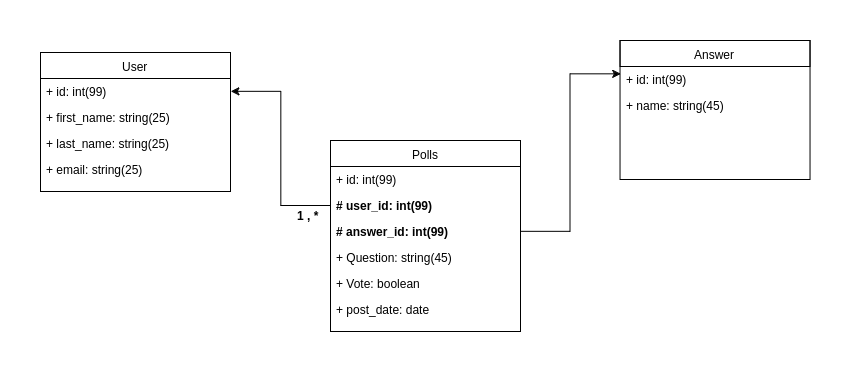
Earlier version of the draw.io export polling_schema.png (fire-fox-2017/schema-polling). Source tidied: cells renumbered, new cells last; positions are measured from the earlier drawing's top-left corner, leaving out a move shared by most shapes.
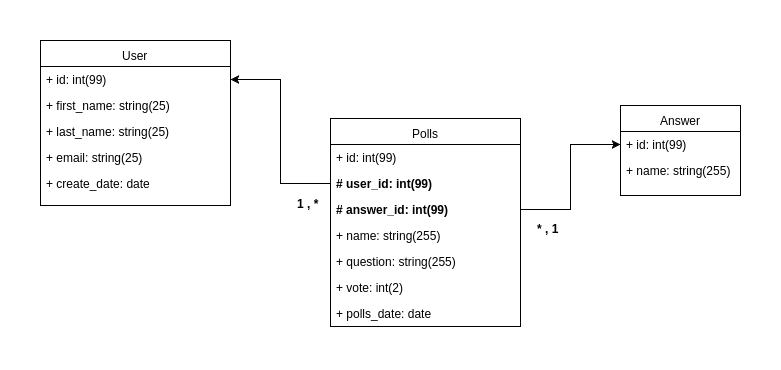
The same diagram one commit later.

Change to the diagram source:
```diff
@@ -3,7 +3,7 @@
     <mxCell id="0" />
     <mxCell id="1" parent="0" />
     <mxCell id="2" value="User" style="swimlane;html=1;fontStyle=0;horizontal=1;startSize=26;fillColor=none;swimlaneFillColor=#ffffff;fontSize=12;" parent="1" vertex="1">
-      <mxGeometry y="12" width="190" height="139" as="geometry" />
+      <mxGeometry y="12" width="190" height="165" as="geometry" />
     </mxCell>
     <mxCell id="3" value="+ id: int(99)" style="text;html=1;strokeColor=none;fillColor=none;align=left;verticalAlign=top;spacingLeft=4;spacingRight=4;whiteSpace=wrap;overflow=hidden;points=[[0,0.5],[1,0.5]];portConstraint=eastwest;" parent="2" vertex="1">
       <mxGeometry y="26" width="190" height="26" as="geometry" />
@@ -17,8 +17,11 @@
     <mxCell id="6" value="+ email: string(25)" style="text;html=1;strokeColor=none;fillColor=none;align=left;verticalAlign=top;spacingLeft=4;spacingRight=4;whiteSpace=wrap;overflow=hidden;" parent="2" vertex="1">
       <mxGeometry y="104" width="190" height="26" as="geometry" />
     </mxCell>
+    <mxCell id="12" value="+ create_date: date" style="text;html=1;strokeColor=none;fillColor=none;align=left;verticalAlign=top;spacingLeft=4;spacingRight=4;whiteSpace=wrap;overflow=hidden;" parent="2" vertex="1">
+      <mxGeometry y="130" width="190" height="26" as="geometry" />
+    </mxCell>
     <mxCell id="7" value="Polls" style="swimlane;html=1;fontStyle=0;horizontal=1;startSize=26;fillColor=none;swimlaneFillColor=#ffffff;fontSize=12;" parent="1" vertex="1">
-      <mxGeometry x="290" y="100" width="190" height="191" as="geometry" />
+      <mxGeometry x="290" y="90" width="190" height="208" as="geometry" />
     </mxCell>
     <mxCell id="8" value="+ id: int(99)" style="text;html=1;strokeColor=none;fillColor=none;align=left;verticalAlign=top;spacingLeft=4;spacingRight=4;whiteSpace=wrap;overflow=hidden;" parent="7" vertex="1">
       <mxGeometry y="26" width="190" height="26" as="geometry" />
@@ -29,14 +32,17 @@
     <mxCell id="10" value="# answer_id: int(99)" style="text;html=1;strokeColor=none;fillColor=none;align=left;verticalAlign=top;spacingLeft=4;spacingRight=4;whiteSpace=wrap;overflow=hidden;points=[[0,0.5],[1,0.5]];portConstraint=eastwest;fontStyle=1;" parent="7" vertex="1">
       <mxGeometry y="78" width="190" height="26" as="geometry" />
     </mxCell>
-    <mxCell id="11" value="+ Question: string(45)" style="text;html=1;strokeColor=none;fillColor=none;align=left;verticalAlign=top;spacingLeft=4;spacingRight=4;whiteSpace=wrap;overflow=hidden;" parent="7" vertex="1">
-      <mxGeometry y="104" width="190" height="26" as="geometry" />
-    </mxCell>
-    <mxCell id="12" value="+ Vote: boolean" style="text;html=1;strokeColor=none;fillColor=none;align=left;verticalAlign=top;spacingLeft=4;spacingRight=4;whiteSpace=wrap;overflow=hidden;" parent="7" vertex="1">
-      <mxGeometry y="130" width="190" height="26" as="geometry" />
-    </mxCell>
+    <mxCell id="20" value="+ name: string(255)" style="text;html=1;strokeColor=none;fillColor=none;align=left;verticalAlign=top;spacingLeft=4;spacingRight=4;whiteSpace=wrap;overflow=hidden;" parent="7" vertex="1">
+      <mxGeometry y="104" width="190" height="26" as="geometry" />
+    </mxCell>
+    <mxCell id="21" value="+ question: string(255)" style="text;html=1;strokeColor=none;fillColor=none;align=left;verticalAlign=top;spacingLeft=4;spacingRight=4;whiteSpace=wrap;overflow=hidden;" parent="7" vertex="1">
+      <mxGeometry y="130" width="190" height="26" as="geometry" />
+    </mxCell>
+    <mxCell id="22" value="+ vote: int(2)" style="text;html=1;strokeColor=none;fillColor=none;align=left;verticalAlign=top;spacingLeft=4;spacingRight=4;whiteSpace=wrap;overflow=hidden;" parent="7" vertex="1">
+      <mxGeometry y="156" width="190" height="26" as="geometry" />
+    </mxCell>
-    <mxCell id="13" value="+ post_date: date" style="text;html=1;strokeColor=none;fillColor=none;align=left;verticalAlign=top;spacingLeft=4;spacingRight=4;whiteSpace=wrap;overflow=hidden;" parent="7" vertex="1">
-      <mxGeometry y="156" width="190" height="26" as="geometry" />
+    <mxCell id="13" value="+ polls_date: date" style="text;html=1;strokeColor=none;fillColor=none;align=left;verticalAlign=top;spacingLeft=4;spacingRight=4;whiteSpace=wrap;overflow=hidden;" parent="7" vertex="1">
+      <mxGeometry y="182" width="190" height="26" as="geometry" />
     </mxCell>
     <mxCell id="14" style="edgeStyle=orthogonalEdgeStyle;rounded=0;html=1;exitX=0;exitY=0.5;entryX=1;entryY=0.5;jettySize=auto;fontSize=12;" parent="1" edge="1" source="9" target="3">
       <mxGeometry relative="1" as="geometry" />
@@ -45,16 +51,19 @@
       <mxGeometry x="250" y="169" width="40" height="11" as="geometry" />
     </mxCell>
     <mxCell id="16" value="Answer" style="swimlane;html=1;fontStyle=0;horizontal=1;startSize=26;fillColor=none;swimlaneFillColor=#ffffff;fontSize=12;" parent="1" vertex="1">
-      <mxGeometry x="579.5" width="190" height="139" as="geometry" />
+      <mxGeometry x="580" y="77" width="120" height="90" as="geometry" />
     </mxCell>
     <mxCell id="17" value="+ id: int(99)" style="text;html=1;strokeColor=none;fillColor=none;align=left;verticalAlign=top;spacingLeft=4;spacingRight=4;whiteSpace=wrap;overflow=hidden;points=[[0,0.5],[1,0.5]];portConstraint=eastwest;" parent="16" vertex="1">
-      <mxGeometry y="26" width="190" height="26" as="geometry" />
+      <mxGeometry y="26" width="120" height="26" as="geometry" />
     </mxCell>
-    <mxCell id="18" value="+ name: string(45)" style="text;html=1;strokeColor=none;fillColor=none;align=left;verticalAlign=top;spacingLeft=4;spacingRight=4;whiteSpace=wrap;overflow=hidden;" parent="16" vertex="1">
-      <mxGeometry y="52" width="190" height="26" as="geometry" />
-    </mxCell>
+    <mxCell id="23" value="+ name: string(255)" style="text;html=1;strokeColor=none;fillColor=none;align=left;verticalAlign=top;spacingLeft=4;spacingRight=4;whiteSpace=wrap;overflow=hidden;" parent="16" vertex="1">
+      <mxGeometry y="52" width="120" height="26" as="geometry" />
+    </mxCell>
-    <mxCell id="19" style="edgeStyle=orthogonalEdgeStyle;rounded=0;html=1;exitX=1;exitY=0.5;entryX=0.003;entryY=0.293;entryPerimeter=0;jettySize=auto;fontSize=12;" parent="1" edge="1" source="10" target="17">
+    <mxCell id="19" style="edgeStyle=orthogonalEdgeStyle;rounded=0;html=1;exitX=1;exitY=0.5;entryX=0;entryY=0.5;jettySize=auto;fontSize=12;" parent="1" edge="1" source="10" target="17">
       <mxGeometry relative="1" as="geometry" />
     </mxCell>
+    <mxCell id="24" value="* , 1&amp;nbsp;" style="text;html=1;align=center;fontStyle=1;verticalAlign=middle;spacingLeft=3;spacingRight=3;strokeColor=none;fontSize=12;" parent="1" vertex="1">
+      <mxGeometry x="490" y="194" width="40" height="11" as="geometry" />
+    </mxCell>
   </root>
 </mxGraphModel>
```
